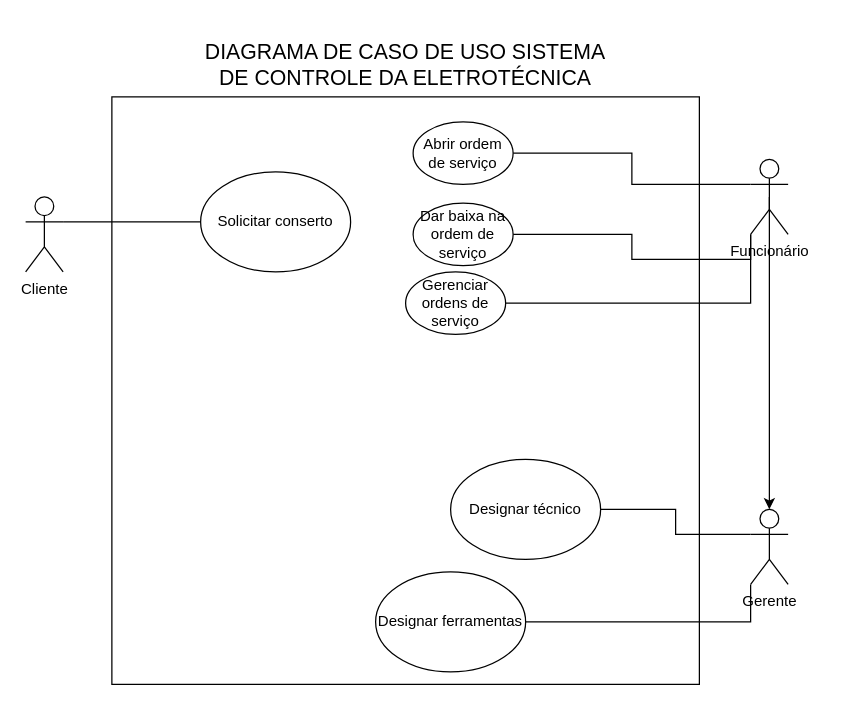
thiagoamaral0/CP-Repository keeps this draw.io diagram as Processo e Desenvolvimento de Software/Diagrama de Caso de Uso/CasoDeUso.drawio. Above is the earlier version. Source tidied: cells renumbered, new cells numbered last; positions are measured from the earlier drawing's top-left corner, leaving out a move shared by most shapes. Both pictures are drawn from the tidied source at 125%, with x=0, y=0 at pixel (25, 21).
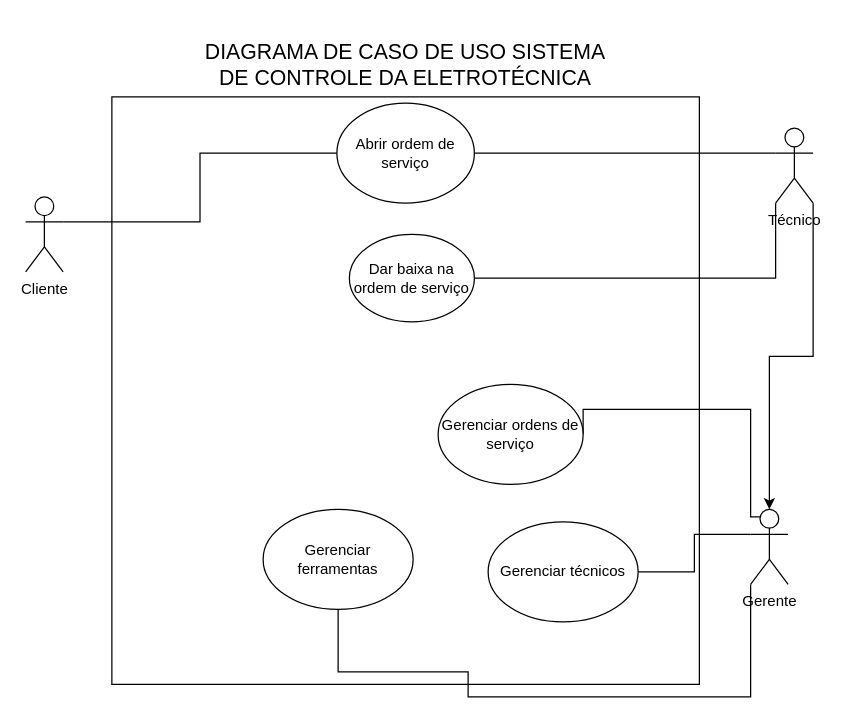
The same diagram, later.

Commit message (it also covers changes not shown here):
Adicionando diagrama de classes nível conceitual

The change refers to these unchanged cells:
```xml
<mxCell id="4" value="Cliente&lt;div&gt;&lt;br&gt;&lt;/div&gt;" style="shape=umlActor;verticalLabelPosition=bottom;verticalAlign=top;html=1;outlineConnect=0;" parent="1" vertex="1">
  <mxGeometry y="140" width="30" height="60" as="geometry" />
</mxCell>
<mxCell id="14" value="Gerente" style="shape=umlActor;verticalLabelPosition=bottom;verticalAlign=top;html=1;outlineConnect=0;" parent="1" vertex="1">
  <mxGeometry x="580" y="390" width="30" height="60" as="geometry" />
</mxCell>
```

The edit, as a diff of the source:
```diff
@@
-    <mxCell id="3" style="edgeStyle=orthogonalEdgeStyle;rounded=0;jettySize=auto;html=1;exitX=1;exitY=0.3333333333333333;exitDx=0;exitDy=0;exitPerimeter=0;entryX=0;entryY=0.5;entryDx=0;entryDy=0;endArrow=none;endFill=0;" parent="1" edge="1" source="4" target="5">
+    <mxCell id="3" style="edgeStyle=orthogonalEdgeStyle;rounded=0;jettySize=auto;html=1;exitX=1;exitY=0.3333333333333333;exitDx=0;exitDy=0;exitPerimeter=0;entryX=0;entryY=0.5;entryDx=0;entryDy=0;endArrow=none;endFill=0;" parent="1" edge="1" source="4" target="10">
       <mxGeometry relative="1" as="geometry" />
     </mxCell>
@@
-    <mxCell id="5" value="&lt;div&gt;Solicitar conserto&lt;/div&gt;" style="ellipse;whiteSpace=wrap;html=1;" parent="1" vertex="1">
-      <mxGeometry x="140" y="120" width="120" height="80" as="geometry" />
-    </mxCell>
@@
-    <mxCell id="8" style="edgeStyle=orthogonalEdgeStyle;rounded=0;jettySize=auto;html=1;exitX=0;exitY=1;exitDx=0;exitDy=0;exitPerimeter=0;entryX=1;entryY=0.5;entryDx=0;entryDy=0;endArrow=none;endFill=0;" parent="1" edge="1" source="9" target="18">
-      <mxGeometry relative="1" as="geometry" />
+    <mxCell id="8" style="edgeStyle=orthogonalEdgeStyle;rounded=0;jettySize=auto;html=1;exitX=0.25;exitY=0.1;exitDx=0;exitDy=0;exitPerimeter=0;entryX=1;entryY=0.5;entryDx=0;entryDy=0;endArrow=none;endFill=0;" parent="1" edge="1" source="14" target="18">
+      <mxGeometry relative="1" as="geometry">
+        <Array as="points">
+          <mxPoint x="580" y="396" />
+          <mxPoint x="580" y="310" />
+        </Array>
+      </mxGeometry>
     </mxCell>
-    <mxCell id="9" value="Funcionário&lt;div&gt;&lt;br&gt;&lt;/div&gt;" style="shape=umlActor;verticalLabelPosition=bottom;verticalAlign=top;html=1;outlineConnect=0;" parent="1" vertex="1">
-      <mxGeometry x="580" y="110" width="30" height="60" as="geometry" />
+    <mxCell id="9" value="&lt;div&gt;Técnico&lt;/div&gt;" style="shape=umlActor;verticalLabelPosition=bottom;verticalAlign=top;html=1;outlineConnect=0;" parent="1" vertex="1">
+      <mxGeometry x="600" y="85" width="30" height="60" as="geometry" />
     </mxCell>
     <mxCell id="10" value="Abrir ordem de serviço" style="ellipse;whiteSpace=wrap;html=1;" parent="1" vertex="1">
-      <mxGeometry x="310" y="80" width="80" height="50" as="geometry" />
+      <mxGeometry x="249" y="65" width="110" height="80" as="geometry" />
     </mxCell>
     <mxCell id="11" value="Dar baixa na ordem de serviço" style="ellipse;whiteSpace=wrap;html=1;" parent="1" vertex="1">
-      <mxGeometry x="310" y="145" width="80" height="50" as="geometry" />
+      <mxGeometry x="259" y="170" width="100" height="70" as="geometry" />
     </mxCell>
@@
-    <mxCell id="13" style="edgeStyle=orthogonalEdgeStyle;rounded=0;jettySize=auto;html=1;exitX=0;exitY=1;exitDx=0;exitDy=0;exitPerimeter=0;entryX=1;entryY=0.5;entryDx=0;entryDy=0;endArrow=none;endFill=0;" parent="1" edge="1" source="14" target="17">
-      <mxGeometry relative="1" as="geometry" />
+    <mxCell id="13" style="edgeStyle=orthogonalEdgeStyle;rounded=0;jettySize=auto;html=1;exitX=0;exitY=1;exitDx=0;exitDy=0;exitPerimeter=0;entryX=0.5;entryY=1;entryDx=0;entryDy=0;endArrow=none;endFill=0;" parent="1" edge="1" source="14" target="17">
+      <mxGeometry relative="1" as="geometry">
+        <Array as="points">
+          <mxPoint x="580" y="540" />
+          <mxPoint x="354" y="540" />
+          <mxPoint x="354" y="520" />
+        </Array>
+      </mxGeometry>
     </mxCell>
@@
-    <mxCell id="15" value="Designar técnico" style="ellipse;whiteSpace=wrap;html=1;" parent="1" vertex="1">
-      <mxGeometry x="340" y="350" width="120" height="80" as="geometry" />
+    <mxCell id="15" value="Gerenciar técnicos" style="ellipse;whiteSpace=wrap;html=1;" parent="1" vertex="1">
+      <mxGeometry x="370" y="400" width="120" height="80" as="geometry" />
     </mxCell>
-    <mxCell id="16" style="edgeStyle=orthogonalEdgeStyle;rounded=0;jettySize=auto;html=1;exitX=0.5;exitY=0.5;exitDx=0;exitDy=0;exitPerimeter=0;entryX=0.5;entryY=0;entryDx=0;entryDy=0;entryPerimeter=0;" parent="1" edge="1" source="9" target="14">
+    <mxCell id="16" style="edgeStyle=orthogonalEdgeStyle;rounded=0;jettySize=auto;html=1;entryX=0.5;entryY=0;entryDx=0;entryDy=0;entryPerimeter=0;exitX=1;exitY=1;exitDx=0;exitDy=0;exitPerimeter=0;" parent="1" edge="1" source="9" target="14">
       <mxGeometry relative="1" as="geometry" />
     </mxCell>
-    <mxCell id="17" value="Designar ferramentas" style="ellipse;whiteSpace=wrap;html=1;" parent="1" vertex="1">
-      <mxGeometry x="280" y="440" width="120" height="80" as="geometry" />
+    <mxCell id="17" value="Gerenciar ferramentas" style="ellipse;whiteSpace=wrap;html=1;" parent="1" vertex="1">
+      <mxGeometry x="190" y="390" width="120" height="80" as="geometry" />
     </mxCell>
     <mxCell id="18" value="Gerenciar ordens de serviço" style="ellipse;whiteSpace=wrap;html=1;" parent="1" vertex="1">
-      <mxGeometry x="304" y="200" width="80" height="50" as="geometry" />
+      <mxGeometry x="330" y="290" width="116" height="80" as="geometry" />
     </mxCell>
```
